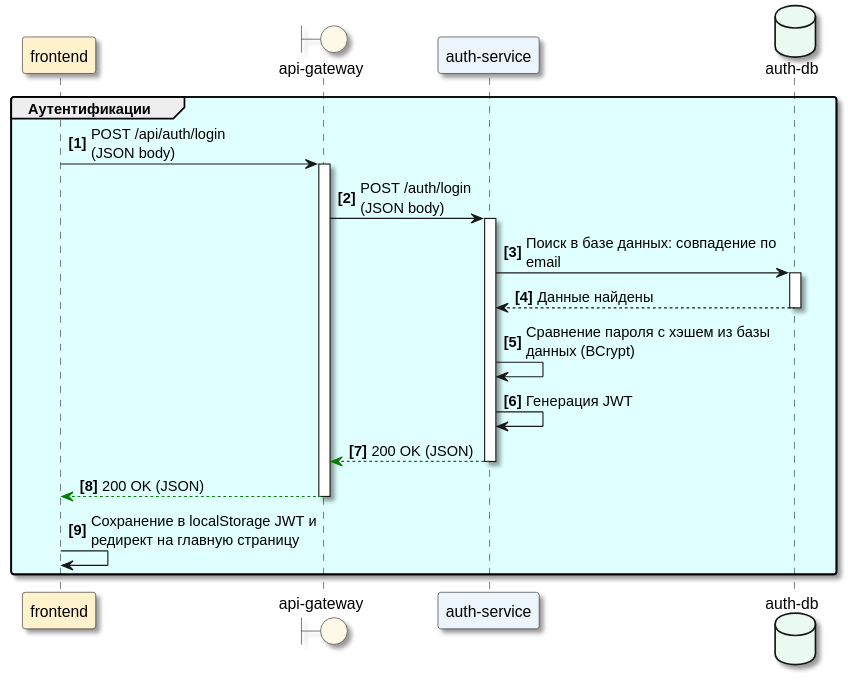
The PlantUML diagram Docs/As-is/Diagrams/Auth.svg in ni1a207/Healthcare-System, before a commit.
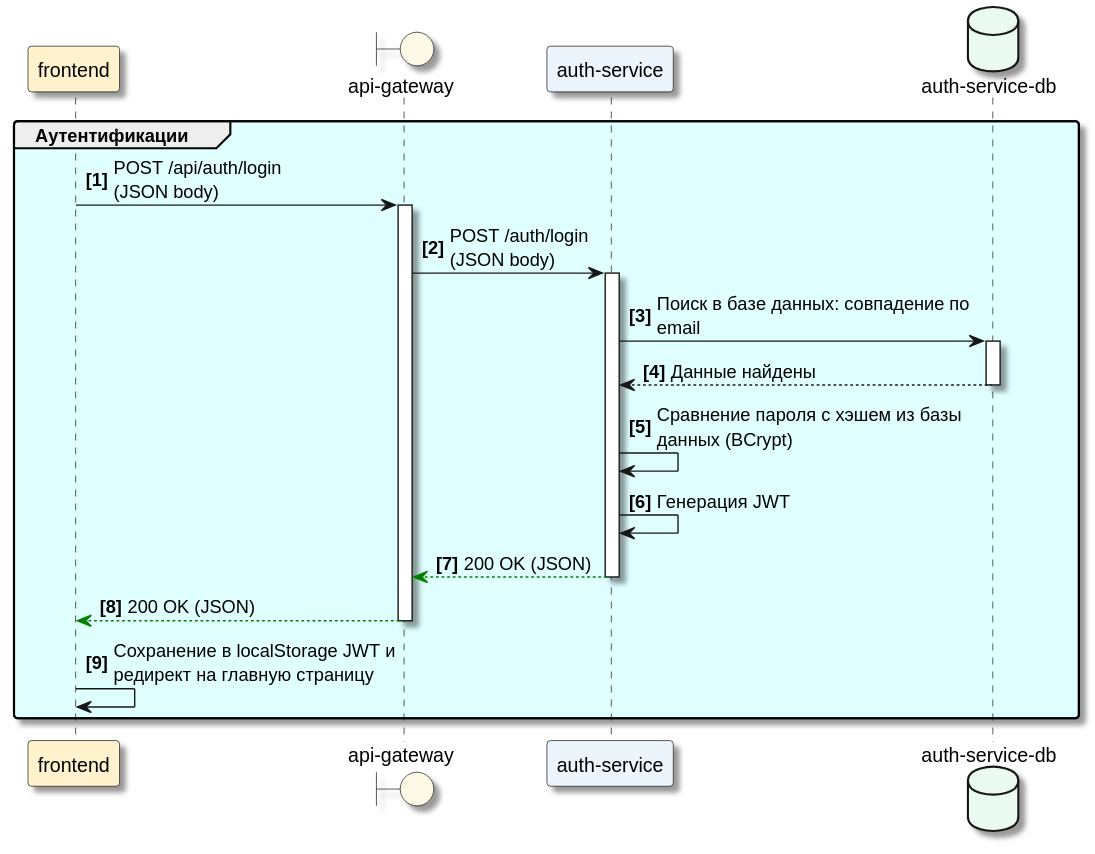
Above is the later version.

Change to the diagram source:
```diff
@@ -5,7 +5,7 @@
 participant "frontend" as FE #FFF2CC
 boundary "api-gateway" as GW #FEF9E7
 participant "auth-service" as Auth #EBF5FB
-database "auth-db" as DB #EAFAF1
+database "auth-service-db" as DB #EAFAF1
 autonumber "<b>[0]</b>"
 group #LightCyan Аутентификации
     FE -> GW: POST /api/auth/login\n(JSON body)
```
